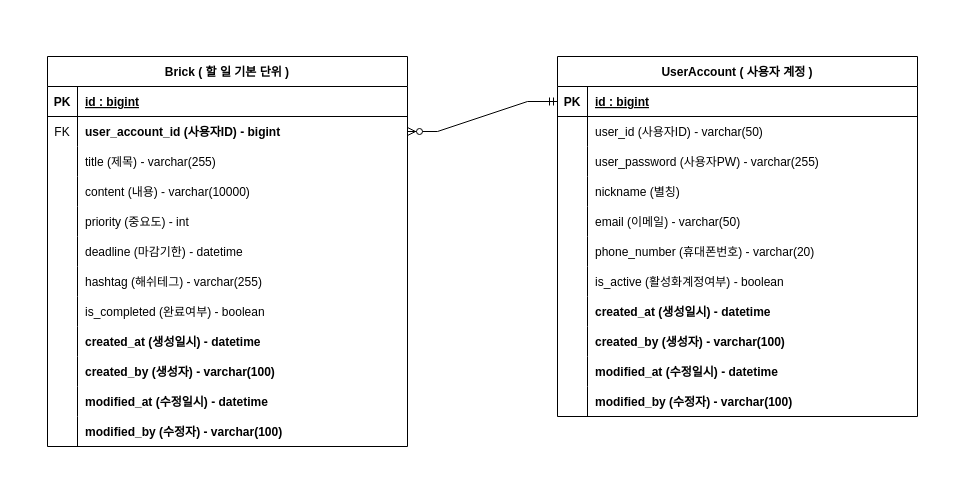
The draw.io diagram Brick/ERD/Brick_ER_Diagram.drawio in imimtu/Documents, before the edit. Source tidied: cells renumbered, new cells numbered last; positions are measured from the earlier drawing's top-left corner, leaving out a move shared by most shapes. Both pictures are drawn from the tidied source at 100%, with x=0, y=0 at pixel (47, 56).
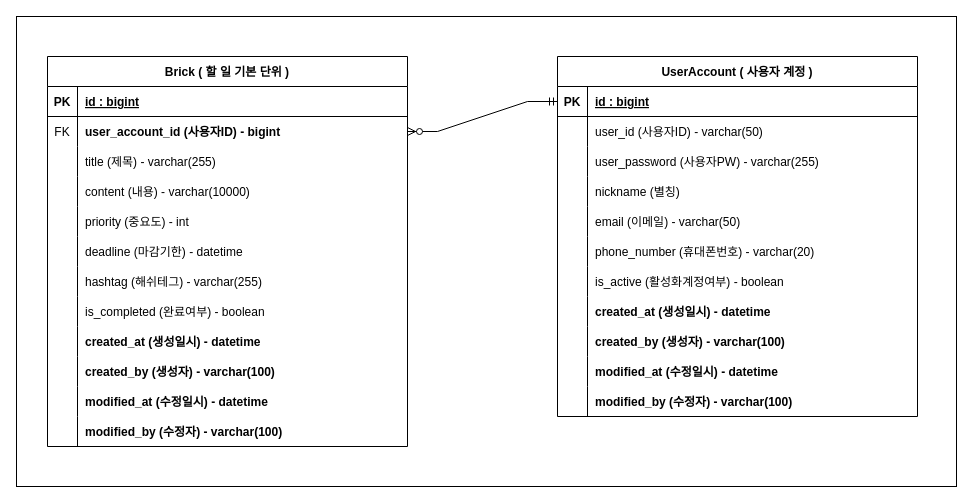
After the change.

Commit message (it also covers changes not shown here):
시인성을 위해 수정

What changed in the source:
```diff
@@
+    <mxCell id="74" style="rounded=0;whiteSpace=wrap;html=1;fillColor=none;" parent="1" vertex="1">
+      <mxGeometry x="-31" y="-40" width="940" height="470" as="geometry" />
+    </mxCell>
```
